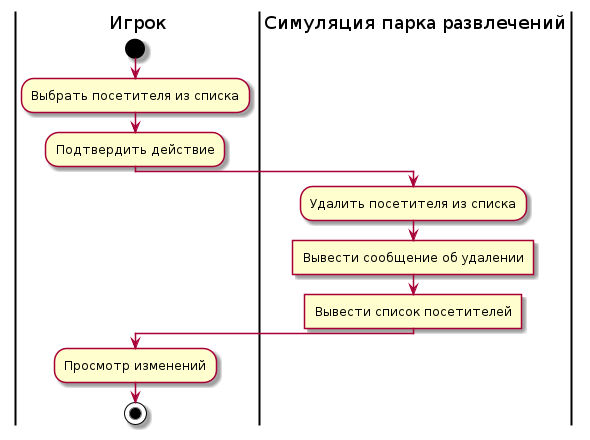
mzhirko/amusement-park keeps this PlantUML diagram as description/images/delete-visitor-activity-diagram.png. Above is the earlier version.
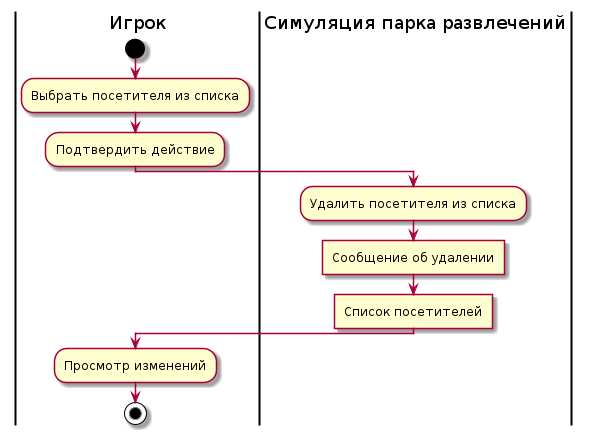
After the change.

Diff of the diagram source:
```diff
@@ -5,8 +5,8 @@
 :Подтвердить действие;
 |Симуляция парка развлечений|
 :Удалить посетителя из списка;
-:Вывести сообщение об удалении]
-:Вывести список посетителей]
+:Cообщение об удалении]
+:Cписок посетителей]
 |Игрок|
 :Просмотр изменений;
 stop
```
